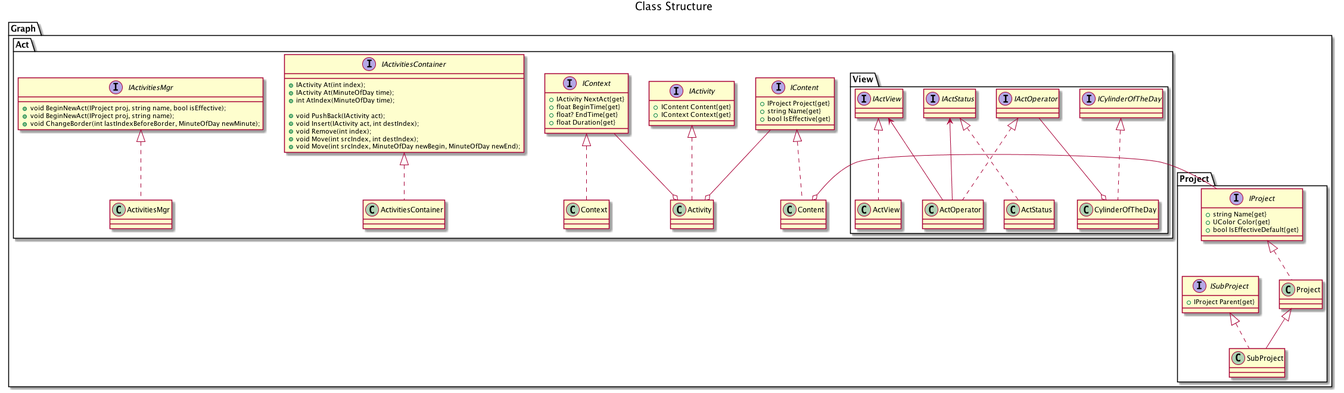
The PlantUML diagram memorundam/structure/uml.png in direct1889/ActivityLog, before a commit. Source of this version:
```plantuml
@startuml uml.png

title <size:18> Class Structure </size>

package Graph {

	package Project {
		interface IProject {
			+string Name{get}
			+UColor Color{get}
			+bool IsEffectiveDefault{get}
		}
		interface ISubProject {
			+IProject Parent{get}
		}
		IProject <|.. Project
		ISubProject <|.. SubProject
		Project <|-- SubProject
	}

	package Act {

		interface IContent {
			+IProject Project{get}
			+string Name{get}
			+bool IsEffective{get}
		}
		IContent <|.down. Content
		IProject --left-o Content

		interface IContext {
			+IActivity NextAct{get}
			+float BeginTime{get}
			+float? EndTime{get}
			+float Duration{get}
		}
		IContext <|.down. Context

		interface IActivity {
			+IContent Content{get}
			+IContext Context{get}
		}
		IActivity <|.. Activity
		IContent --o Activity
		IContext --o Activity

		interface IActivitiesContainer {
			+IActivity At(int index);
			+IActivity At(MinuteOfDay time);
			+int AtIndex(MinuteOfDay time);

			+void PushBack(IActivity act);
			+void Insert(IActivity act, int destIndex);
			+void Remove(int index);
			+void Move(int srcIndex, int destIndex);
			+void Move(int srcIndex, MinuteOfDay newBegin, MinuteOfDay newEnd);
		}
		IActivitiesContainer <|.. ActivitiesContainer

		interface IActivitiesMgr {
			+void BeginNewAct(IProject proj, string name, bool isEffective);
			+void BeginNewAct(IProject proj, string name);
			+void ChangeBorder(int lastIndexBeforeBorder, MinuteOfDay newMinute);
		}
		IActivitiesMgr <|.. ActivitiesMgr


		package View {

			interface ICylinderOfTheDay
			class CylinderOfTheDay
			ICylinderOfTheDay <|.. CylinderOfTheDay


			interface IActStatus
			IActStatus <|.. ActStatus
			interface IActOperator
			IActOperator <|.. ActOperator
			interface IActView
			IActView <|.. ActView

			IActStatus <-up- ActOperator
			IActView <-up- ActOperator

		}

	}

	IActOperator --o CylinderOfTheDay
}


@enduml
```
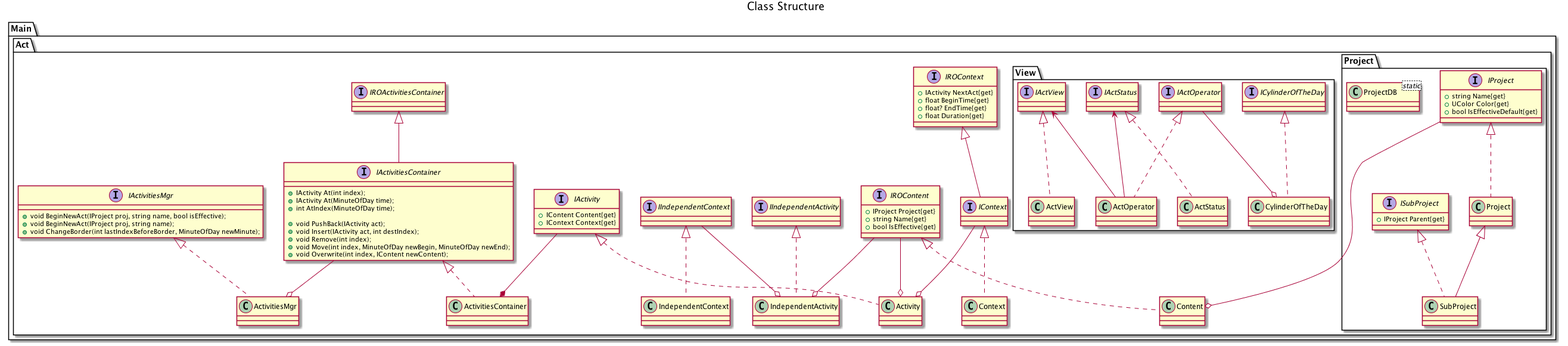
The same file after the commit.

What changed in the source:
```diff
@@ -2,38 +2,42 @@
 
 title <size:18> Class Structure </size>
 
-package Graph {
-
-	package Project {
-		interface IProject {
-			+string Name{get}
-			+UColor Color{get}
-			+bool IsEffectiveDefault{get}
-		}
-		interface ISubProject {
-			+IProject Parent{get}
-		}
-		IProject <|.. Project
-		ISubProject <|.. SubProject
-		Project <|-- SubProject
-	}
+package Main {
 
 	package Act {
 
-		interface IContent {
+		package Project {
+			interface IProject {
+				+string Name{get}
+				+UColor Color{get}
+				+bool IsEffectiveDefault{get}
+			}
+			interface ISubProject {
+				+IProject Parent{get}
+			}
+			IProject <|.. Project
+			ISubProject <|.. SubProject
+			Project <|-- SubProject
+
+			class ProjectDB <static>
+		}
+
+		interface IROContent {
 			+IProject Project{get}
 			+string Name{get}
 			+bool IsEffective{get}
 		}
-		IContent <|.down. Content
-		IProject --left-o Content
+		IROContent <|.down. Content
+		IProject --up-o Content
 
-		interface IContext {
+		interface IROContext {
 			+IActivity NextAct{get}
 			+float BeginTime{get}
 			+float? EndTime{get}
 			+float Duration{get}
 		}
+		interface IContext
+		IROContext <|-down- IContext
 		IContext <|.down. Context
 
 		interface IActivity {
@@ -41,9 +45,17 @@
 			+IContext Context{get}
 		}
 		IActivity <|.. Activity
-		IContent --o Activity
+		IROContent --o Activity
 		IContext --o Activity
 
+		interface IIndependentContext
+		IIndependentContext <|.. IndependentContext
+		interface IIndependentActivity
+		IIndependentActivity <|.. IndependentActivity
+		IROContent --o IndependentActivity
+		IIndependentContext --o IndependentActivity
+
+		interface IROActivitiesContainer
 		interface IActivitiesContainer {
 			+IActivity At(int index);
 			+IActivity At(MinuteOfDay time);
@@ -52,10 +64,12 @@
 			+void PushBack(IActivity act);
 			+void Insert(IActivity act, int destIndex);
 			+void Remove(int index);
-			+void Move(int srcIndex, int destIndex);
-			+void Move(int srcIndex, MinuteOfDay newBegin, MinuteOfDay newEnd);
+			+void Move(int index, MinuteOfDay newBegin, MinuteOfDay newEnd);
+			+void Overwrite(int index, IContent newContent);
 		}
+		IROActivitiesContainer <|-- IActivitiesContainer
 		IActivitiesContainer <|.. ActivitiesContainer
+		IActivity --* ActivitiesContainer
 
 		interface IActivitiesMgr {
 			+void BeginNewAct(IProject proj, string name, bool isEffective);
@@ -63,6 +77,7 @@
 			+void ChangeBorder(int lastIndexBeforeBorder, MinuteOfDay newMinute);
 		}
 		IActivitiesMgr <|.. ActivitiesMgr
+		IActivitiesContainer --o ActivitiesMgr
 
 
 		package View {
```
